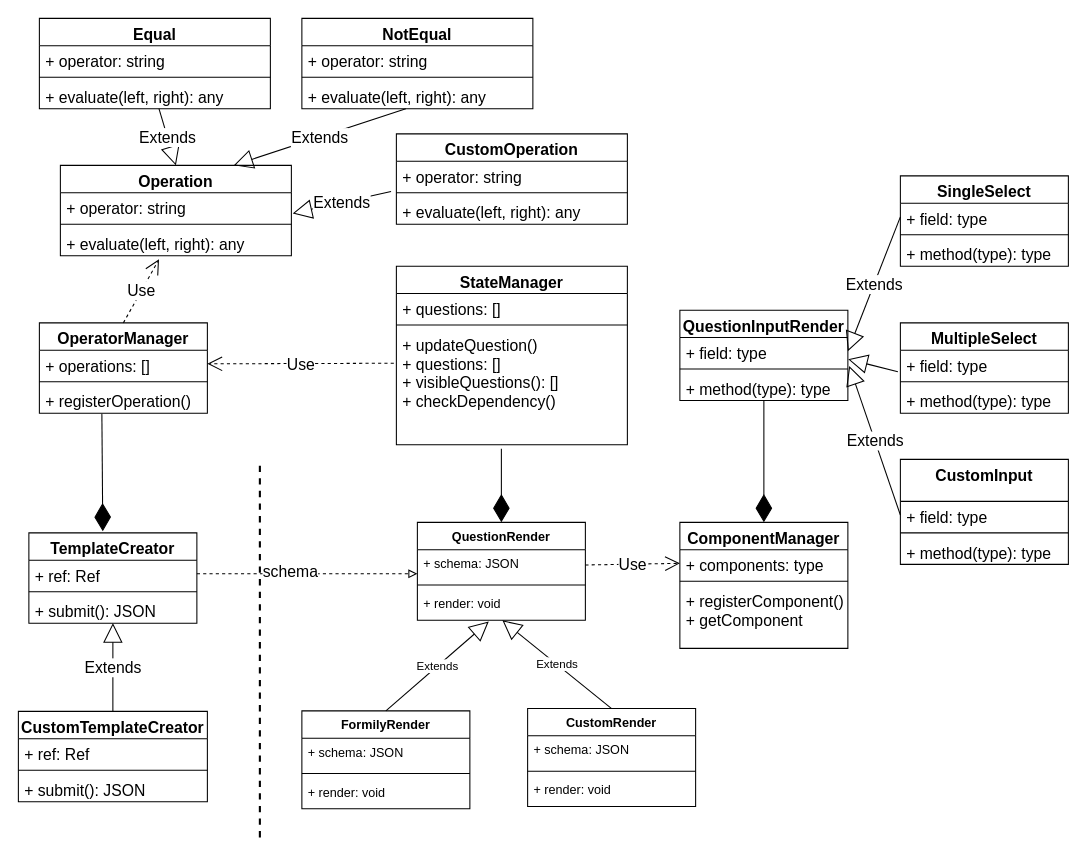
Above: Questionnaire.drawio in shuangquanhuang/drawio (draw.io), before the change. Source tidied: cells renumbered, new cells numbered last; positions are measured from the earlier drawing's top-left corner, leaving out a move shared by most shapes. Both pictures are drawn from the tidied source at 105%, with x=0, y=0 at pixel (18, 18).
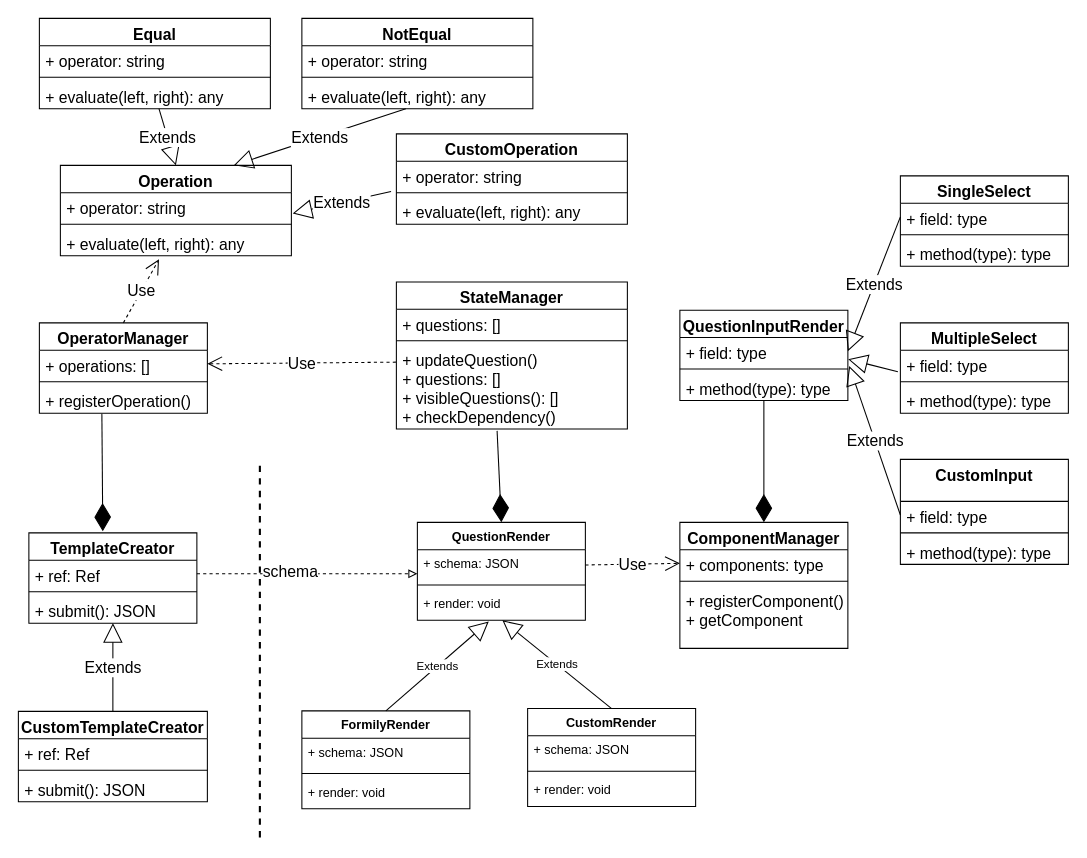
The same page after the edit.

Unchanged cells that the change refers to:
```xml
<mxCell id="4" value="QuestionRender" style="swimlane;fontStyle=1;align=center;verticalAlign=top;horizontal=1;startSize=26;" parent="3" vertex="1">
  <mxGeometry x="110" width="160" height="93.3" as="geometry" />
</mxCell>
<mxCell id="55" value="+ operations: []" style="text;strokeColor=none;fillColor=none;align=left;verticalAlign=top;spacingLeft=4;spacingRight=4;overflow=hidden;points=[[0,0.5],[1,0.5]];portConstraint=eastwest;fontSize=15;" parent="54" vertex="1">
  <mxGeometry y="26" width="160" height="26" as="geometry" />
</mxCell>
```

The edit, as a diff of the source:
```diff
@@
     <mxCell id="48" value="StateManager" style="swimlane;fontStyle=1;align=center;verticalAlign=top;horizontal=1;startSize=26;fontSize=15;" parent="1" vertex="1">
-      <mxGeometry x="360" y="236" width="220" height="170" as="geometry" />
+      <mxGeometry x="360" y="251" width="220" height="140" as="geometry" />
     </mxCell>
@@
     <mxCell id="51" value="+ updateQuestion()&#10;+ questions: []&#10;+ visibleQuestions(): []&#10;+ checkDependency()&#10;" style="text;strokeColor=none;fillColor=none;align=left;verticalAlign=top;spacingLeft=4;spacingRight=4;overflow=hidden;points=[[0,0.5],[1,0.5]];portConstraint=eastwest;fontSize=15;" parent="48" vertex="1">
-      <mxGeometry y="60" width="220" height="110" as="geometry" />
+      <mxGeometry y="60" width="220" height="80" as="geometry" />
     </mxCell>
-    <mxCell id="52" style="endArrow=diamondThin;endFill=1;endSize=24;html=1;rounded=0;fontSize=15;entryX=0.5;entryY=0;entryDx=0;entryDy=0;" parent="1" edge="1" target="4">
-      <mxGeometry relative="1" as="geometry">
-        <mxPoint x="460" y="410" as="sourcePoint" />
-      </mxGeometry>
+    <mxCell id="52" style="endArrow=diamondThin;endFill=1;endSize=24;html=1;rounded=0;fontSize=15;entryX=0.5;entryY=0;entryDx=0;entryDy=0;exitX=0.436;exitY=1.023;exitDx=0;exitDy=0;exitPerimeter=0;" parent="1" edge="1" source="51" target="4">
+      <mxGeometry relative="1" as="geometry" />
     </mxCell>
@@
-    <mxCell id="59" value="Use" style="endArrow=open;endSize=12;dashed=1;html=1;rounded=0;fontSize=15;entryX=1;entryY=0.5;entryDx=0;entryDy=0;exitX=-0.011;exitY=0.295;exitDx=0;exitDy=0;exitPerimeter=0;" parent="1" edge="1" source="51" target="55">
+    <mxCell id="59" value="Use" style="endArrow=open;endSize=12;dashed=1;html=1;rounded=0;fontSize=15;entryX=1;entryY=0.5;entryDx=0;entryDy=0;exitX=-0.002;exitY=0.205;exitDx=0;exitDy=0;exitPerimeter=0;" parent="1" edge="1" source="51" target="55">
       <mxGeometry relative="1" as="geometry" />
     </mxCell>
```
